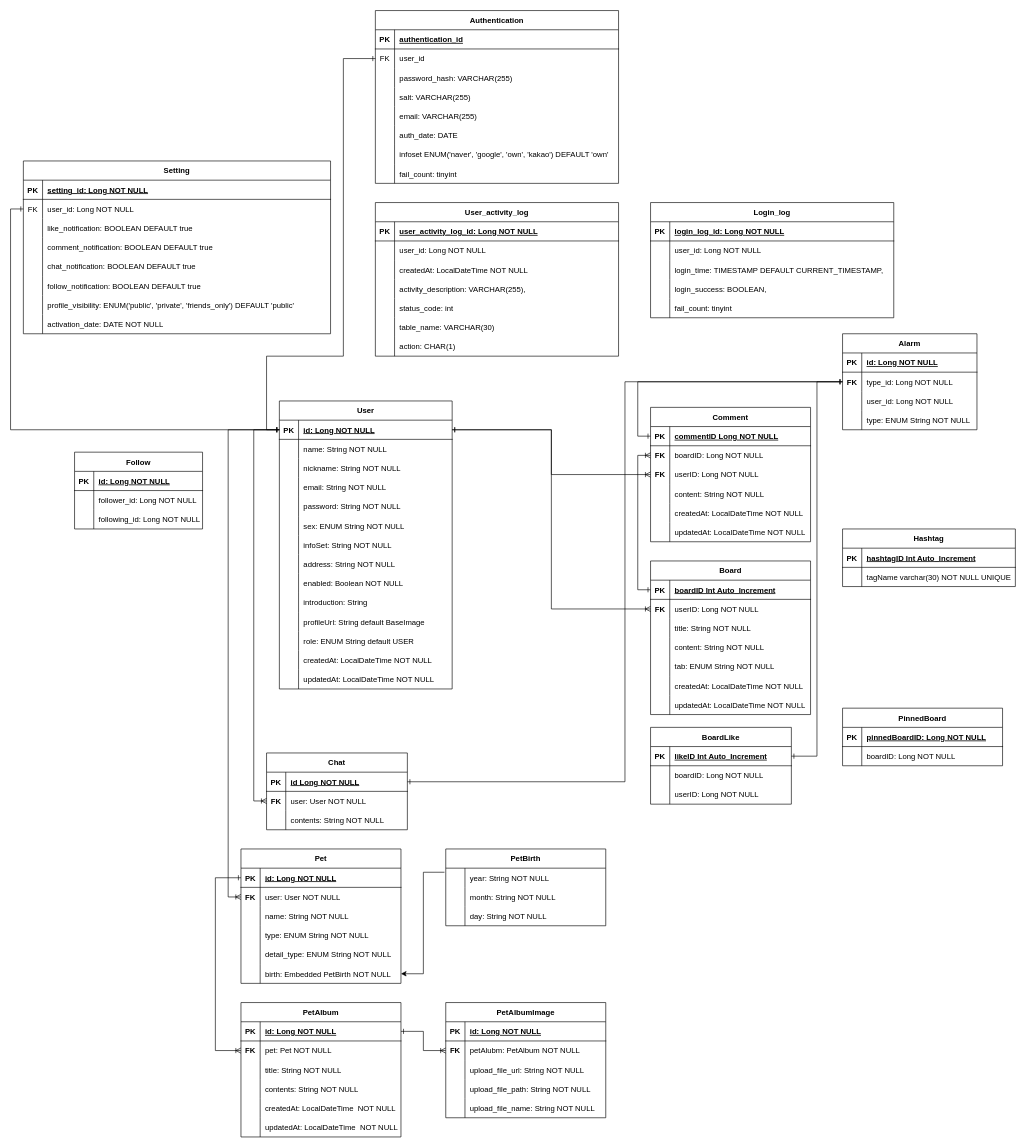
Earlier version of the draw.io diagram PetDBModeling_최종본.drawio (hwlee9905/Pet-Care-Hub). Source tidied: cells renumbered, new cells numbered last; positions are measured from the earlier drawing's top-left corner, leaving out a move shared by most shapes. Both pictures are drawn from the tidied source at 64%, with x=0, y=0 at pixel (23, 10).
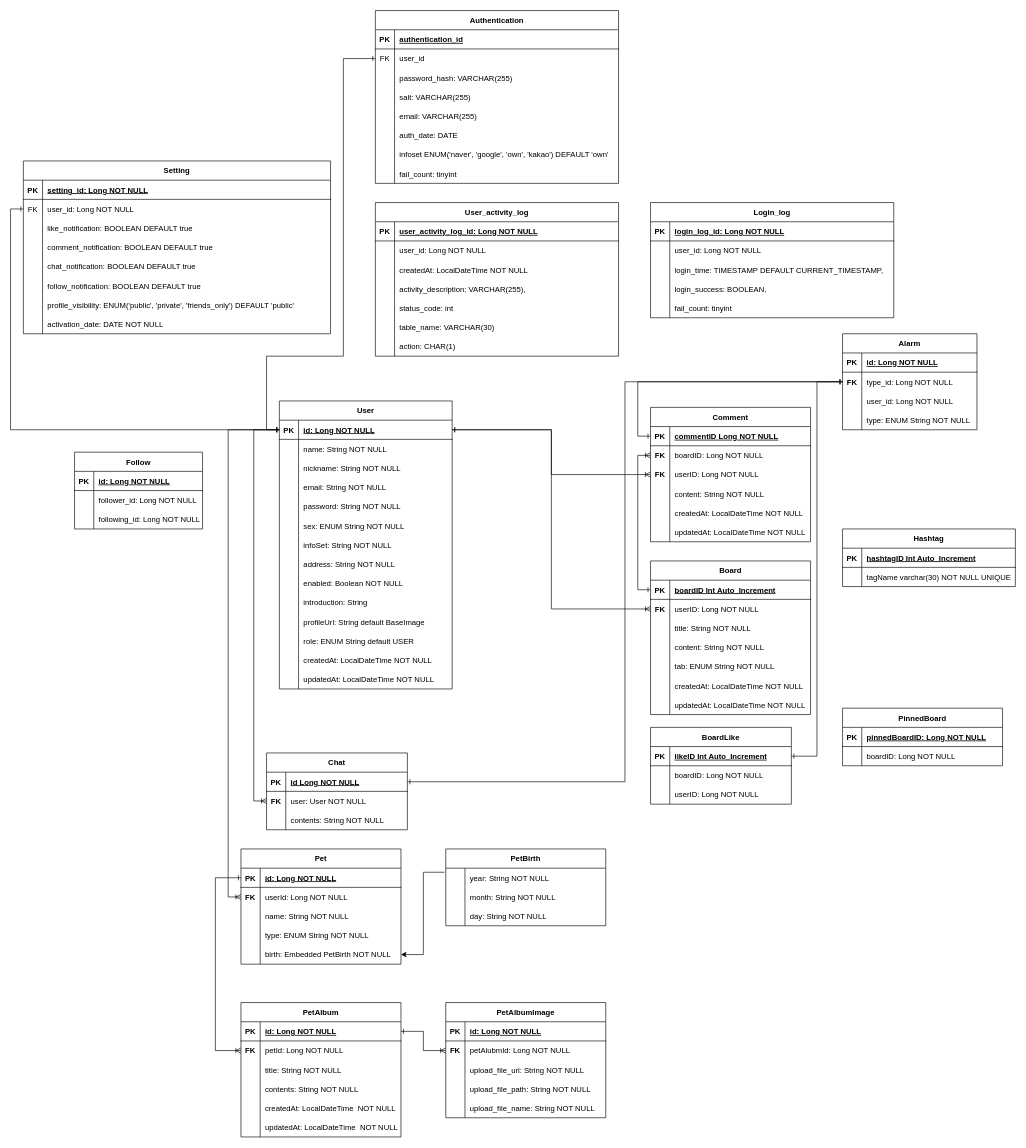
The same page after the edit.

Commit message:
PetDBModeling_최종본.drawio 업데이트

Unchanged cells that the change refers to:
```xml
<mxCell id="59" style="shape=partialRectangle;fillColor=none;points=[[0,0.5],[1,0.5]];portConstraint=eastwest;top=0;left=0;right=0;bottom=0;" parent="55" vertex="1">
  <mxGeometry y="60" width="250" height="30" as="geometry" />
</mxCell>
<mxCell id="123" style="shape=partialRectangle;fillColor=none;points=[[0,0.5],[1,0.5]];portConstraint=eastwest;top=0;left=0;right=0;bottom=0;" parent="119" vertex="1">
  <mxGeometry y="60" width="250" height="30" as="geometry" />
</mxCell>
<mxCell id="153" style="shape=partialRectangle;fillColor=none;points=[[0,0.5],[1,0.5]];portConstraint=eastwest;top=0;left=0;right=0;bottom=0;" parent="149" vertex="1">
  <mxGeometry y="60" width="250" height="30" as="geometry" />
</mxCell>
```

What changed in the source:
```diff
@@
     <mxCell id="55" value="Pet" style="shape=table;startSize=30;childLayout=tableLayout;rowLines=0;fontStyle=1;align=center;" parent="1" vertex="1">
-      <mxGeometry x="340" y="1310" width="250" height="210" as="geometry" />
+      <mxGeometry x="340" y="1310" width="250" height="180" as="geometry" />
     </mxCell>
@@
-    <mxCell id="61" value="user: User NOT NULL" style="shape=partialRectangle;overflow=hidden;fillColor=none;top=0;left=0;bottom=0;right=0;align=left;spacingLeft=6;" parent="59" vertex="1">
+    <mxCell id="61" value="userId: Long NOT NULL" style="shape=partialRectangle;overflow=hidden;fillColor=none;top=0;left=0;bottom=0;right=0;align=left;spacingLeft=6;" parent="59" vertex="1">
       <mxGeometry x="30" width="220" height="30" as="geometry" />
     </mxCell>
@@
-    <mxCell id="68" style="shape=partialRectangle;fillColor=none;top=0;left=0;right=0;bottom=0;" parent="55" vertex="1">
-      <mxGeometry y="150" width="250" height="30" as="geometry" />
-    </mxCell>
-    <mxCell id="69" style="shape=partialRectangle;overflow=hidden;fillColor=none;top=0;left=0;bottom=0;right=0;" parent="68" vertex="1">
-      <mxGeometry width="30" height="30" as="geometry" />
-    </mxCell>
-    <mxCell id="70" value="detail_type: ENUM String NOT NULL" style="shape=partialRectangle;overflow=hidden;fillColor=none;top=0;left=0;bottom=0;right=0;align=left;spacingLeft=6;" parent="68" vertex="1">
-      <mxGeometry x="30" width="220" height="30" as="geometry" />
-    </mxCell>
     <mxCell id="71" style="shape=partialRectangle;fillColor=none;points=[[0,0.5],[1,0.5]];portConstraint=eastwest;top=0;left=0;right=0;bottom=0;" parent="55" vertex="1">
-      <mxGeometry y="180" width="250" height="30" as="geometry" />
+      <mxGeometry y="150" width="250" height="30" as="geometry" />
     </mxCell>
@@
-    <mxCell id="125" value="pet: Pet NOT NULL" style="shape=partialRectangle;overflow=hidden;fillColor=none;top=0;left=0;bottom=0;right=0;align=left;spacingLeft=6;" parent="123" vertex="1">
+    <mxCell id="125" value="petId: Long NOT NULL" style="shape=partialRectangle;overflow=hidden;fillColor=none;top=0;left=0;bottom=0;right=0;align=left;spacingLeft=6;" parent="123" vertex="1">
       <mxGeometry x="30" width="220" height="30" as="geometry" />
     </mxCell>
@@
-    <mxCell id="155" value="petAlubm: PetAlbum NOT NULL" style="shape=partialRectangle;overflow=hidden;fillColor=none;top=0;left=0;bottom=0;right=0;align=left;spacingLeft=6;" parent="153" vertex="1">
+    <mxCell id="155" value="petAlubmId: Long NOT NULL" style="shape=partialRectangle;overflow=hidden;fillColor=none;top=0;left=0;bottom=0;right=0;align=left;spacingLeft=6;" parent="153" vertex="1">
       <mxGeometry x="30" width="220" height="30" as="geometry" />
     </mxCell>
```
